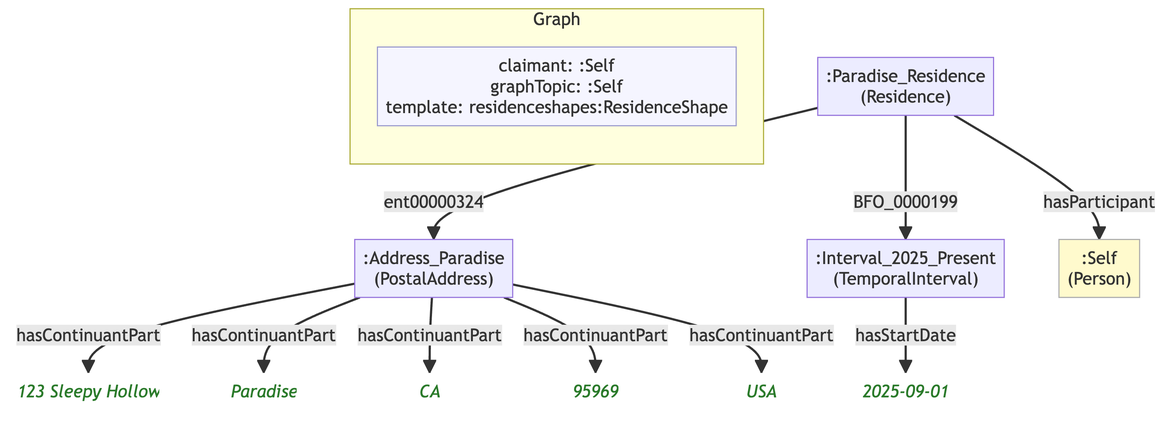
This is example/graphs/images/graph-83.png from MeeFoundation/mia-ontologies, a Mermaid export, as it was before one commit. Its source is kept beside it as example/graphs/images/graph-83.mmd.
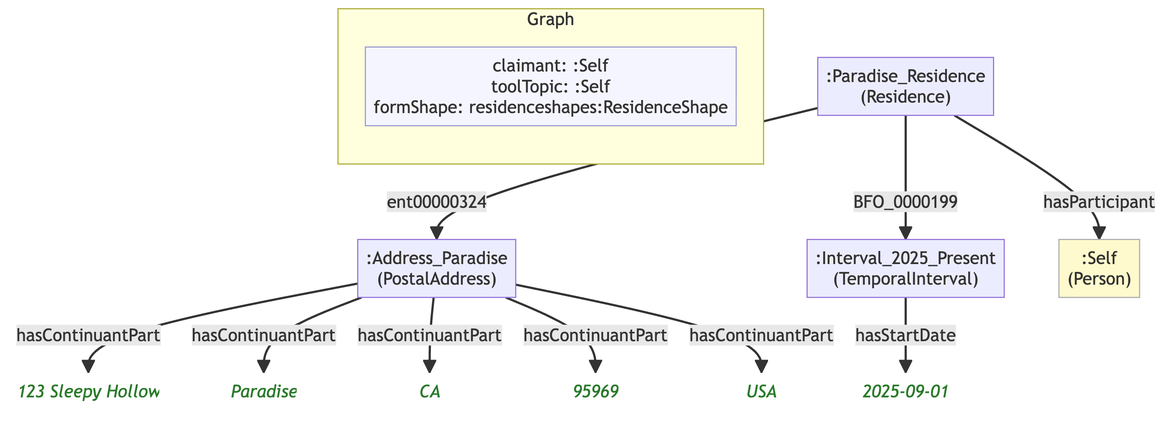
After the change.

The edit, as a diff of the source:
```diff
@@ -7,26 +7,26 @@
 
     subgraph ctx["Graph"]
         direction LR
-        ctx_meta["claimant: :Self\ngraphTopic: :Self\ntemplate: residenceshapes:ResidenceShape"]:::meta
+        ctx_meta["claimant: :Self\ntoolTopic: :Self\nformShape: residenceshapes:ResidenceShape"]:::meta
     end
 
-    ndbcf44a48000[":Address_Paradise\n(PostalAddress)"]
-    n96bc7ccab5d0("123 Sleepy Hollow"):::lit
-    n0bfe32f6b6ed("Paradise"):::lit
-    na61aa844eb33("CA"):::lit
-    n078f7ca1c7ea("95969"):::lit
-    nac5b8fc02a7f("USA"):::lit
-    naf26563dc3c8[":Interval_2025_Present\n(TemporalInterval)"]
-    nd5dae2a8dede("2025-09-01"):::lit
-    n0eecd6ebe039[":Paradise_Residence\n(Residence)"]
-    ne0c3ba92f1db[":Self\n(Person)"]:::person
+    n7e906253e991[":Address_Paradise\n(PostalAddress)"]
+    n2daaca7a9a1d("123 Sleepy Hollow"):::lit
+    ncf6574c43e54("Paradise"):::lit
+    n44145db5ad98("CA"):::lit
+    need4a28b8c43("95969"):::lit
+    n9fcbf8e9b41a("USA"):::lit
+    nc3290dbef551[":Interval_2025_Present\n(TemporalInterval)"]
+    nc8a51dd5d2ab("2025-09-01"):::lit
+    n99ff4c41baea[":Paradise_Residence\n(Residence)"]
+    n655e442e50be[":Self\n(Person)"]:::person
 
-    ndbcf44a48000 -->|"hasContinuantPart"| n96bc7ccab5d0
-    ndbcf44a48000 -->|"hasContinuantPart"| n0bfe32f6b6ed
-    ndbcf44a48000 -->|"hasContinuantPart"| na61aa844eb33
-    ndbcf44a48000 -->|"hasContinuantPart"| n078f7ca1c7ea
-    ndbcf44a48000 -->|"hasContinuantPart"| nac5b8fc02a7f
-    naf26563dc3c8 -->|"hasStartDate"| nd5dae2a8dede
-    n0eecd6ebe039 -->|"hasParticipant"| ne0c3ba92f1db
-    n0eecd6ebe039 -->|"ent00000324"| ndbcf44a48000
-    n0eecd6ebe039 -->|"BFO_0000199"| naf26563dc3c8
+    n7e906253e991 -->|"hasContinuantPart"| n2daaca7a9a1d
+    n7e906253e991 -->|"hasContinuantPart"| ncf6574c43e54
+    n7e906253e991 -->|"hasContinuantPart"| n44145db5ad98
+    n7e906253e991 -->|"hasContinuantPart"| need4a28b8c43
+    n7e906253e991 -->|"hasContinuantPart"| n9fcbf8e9b41a
+    nc3290dbef551 -->|"hasStartDate"| nc8a51dd5d2ab
+    n99ff4c41baea -->|"hasParticipant"| n655e442e50be
+    n99ff4c41baea -->|"ent00000324"| n7e906253e991
+    n99ff4c41baea -->|"BFO_0000199"| nc3290dbef551
```
